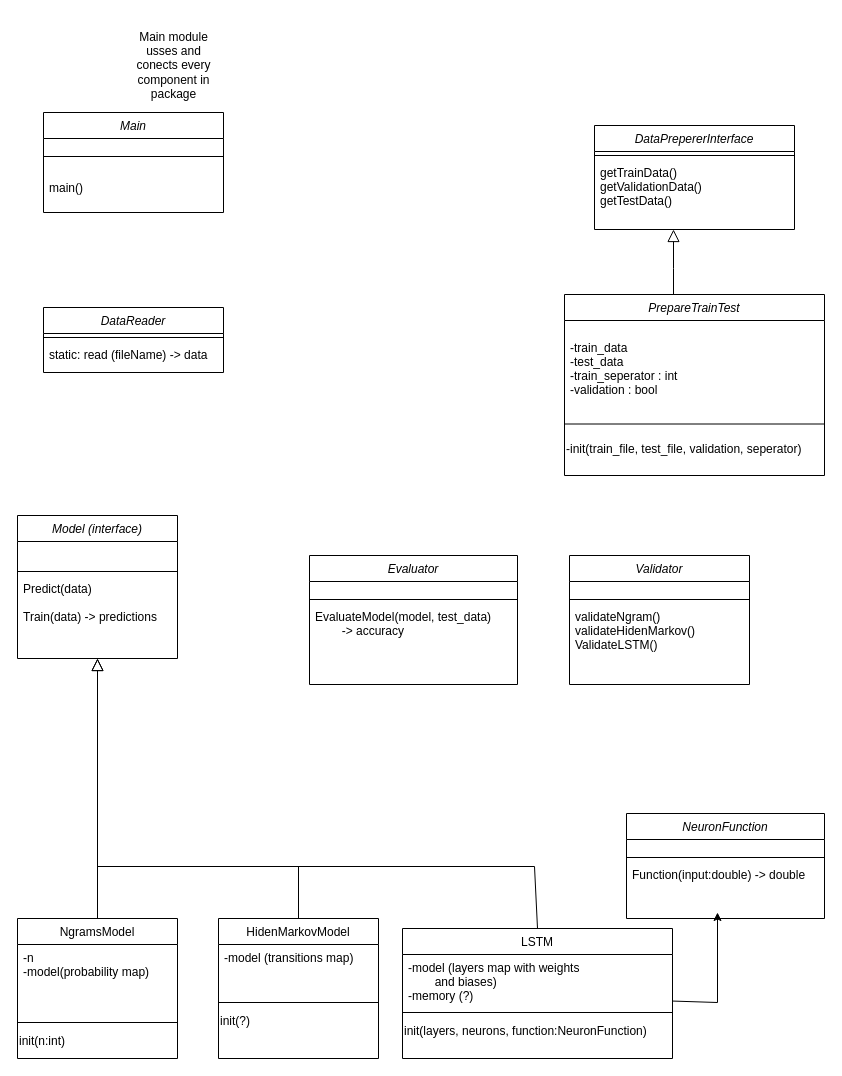
Before: diagram.drawio in ToniGrgurevic/TextRecovery, a draw.io diagram. Source tidied: cells renumbered, new cells numbered last; positions are measured from the earlier drawing's top-left corner, leaving out a move shared by most shapes. Both pictures are drawn from the tidied source at 100%, with x=0, y=0 at pixel (17, 17).
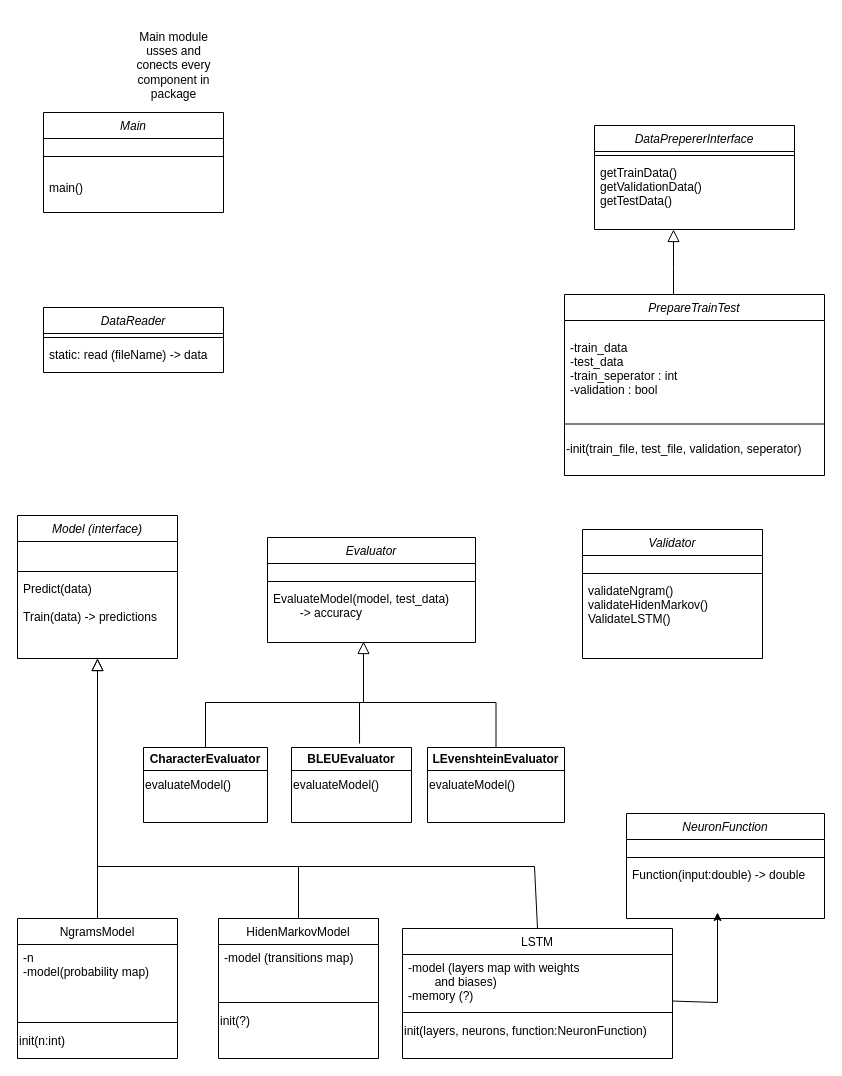
After the change.

Change to the diagram source:
```diff
@@
     <mxCell id="37" value="Evaluator" style="swimlane;fontStyle=2;align=center;verticalAlign=top;horizontal=1;startSize=26;rounded=0;shadow=0;strokeWidth=1;" parent="1" vertex="1">
-      <mxGeometry x="292" y="538" width="208" height="129" as="geometry" />
+      <mxGeometry x="250" y="520" width="208" height="105" as="geometry" />
     </mxCell>
@@
     <mxCell id="41" value="Validator" style="swimlane;fontStyle=2;align=center;verticalAlign=top;horizontal=1;startSize=26;rounded=0;shadow=0;strokeWidth=1;" parent="1" vertex="1">
-      <mxGeometry x="552" y="538" width="180" height="129" as="geometry" />
+      <mxGeometry x="565" y="512" width="180" height="129" as="geometry" />
     </mxCell>
@@
+    <mxCell id="51" value="CharacterEvaluator" style="swimlane;whiteSpace=wrap;html=1;" parent="1" vertex="1">
+      <mxGeometry x="126" y="730" width="124" height="75" as="geometry" />
+    </mxCell>
+    <mxCell id="52" value="evaluateModel()" style="text;html=1;align=left;verticalAlign=middle;strokeColor=none;fillColor=none;" parent="51" vertex="1">
+      <mxGeometry y="22.5" width="120" height="30" as="geometry" />
+    </mxCell>
+    <mxCell id="53" value="BLEUEvaluator" style="swimlane;whiteSpace=wrap;html=1;startSize=23;" parent="1" vertex="1">
+      <mxGeometry x="274" y="730" width="120" height="75" as="geometry" />
+    </mxCell>
+    <mxCell id="54" style="endArrow=block;endSize=10;endFill=0;shadow=0;strokeWidth=1;rounded=0;curved=0;edgeStyle=elbowEdgeStyle;elbow=vertical;exitX=0.5;exitY=0;exitDx=0;exitDy=0;" parent="53" edge="1" source="56">
+      <mxGeometry relative="1" as="geometry">
+        <mxPoint x="72" y="-106" as="targetPoint" />
+        <Array as="points">
+          <mxPoint x="126" y="-45" />
+        </Array>
+      </mxGeometry>
+    </mxCell>
+    <mxCell id="55" value="evaluateModel()" style="text;html=1;align=left;verticalAlign=middle;strokeColor=none;fillColor=none;" parent="53" vertex="1">
+      <mxGeometry y="22.5" width="120" height="30" as="geometry" />
+    </mxCell>
+    <mxCell id="56" value="LEvenshteinEvaluator" style="swimlane;whiteSpace=wrap;html=1;" parent="1" vertex="1">
+      <mxGeometry x="410" y="730" width="137" height="75" as="geometry" />
+    </mxCell>
+    <mxCell id="57" value="evaluateModel()" style="text;html=1;align=left;verticalAlign=middle;strokeColor=none;fillColor=none;" parent="56" vertex="1">
+      <mxGeometry y="22.5" width="120" height="30" as="geometry" />
+    </mxCell>
+    <mxCell id="58" style="endArrow=none;html=1;rounded=0;exitX=0.5;exitY=0;exitDx=0;exitDy=0;" parent="1" edge="1" source="51">
+      <mxGeometry relative="1" as="geometry">
+        <mxPoint x="355" y="685" as="targetPoint" />
+        <Array as="points">
+          <mxPoint x="188" y="685" />
+        </Array>
+      </mxGeometry>
+    </mxCell>
+    <mxCell id="59" style="endArrow=none;html=1;rounded=0;exitX=0.567;exitY=-0.053;exitDx=0;exitDy=0;exitPerimeter=0;" parent="1" edge="1" source="53">
+      <mxGeometry relative="1" as="geometry">
+        <mxPoint x="342" y="685" as="targetPoint" />
+      </mxGeometry>
+    </mxCell>
```
